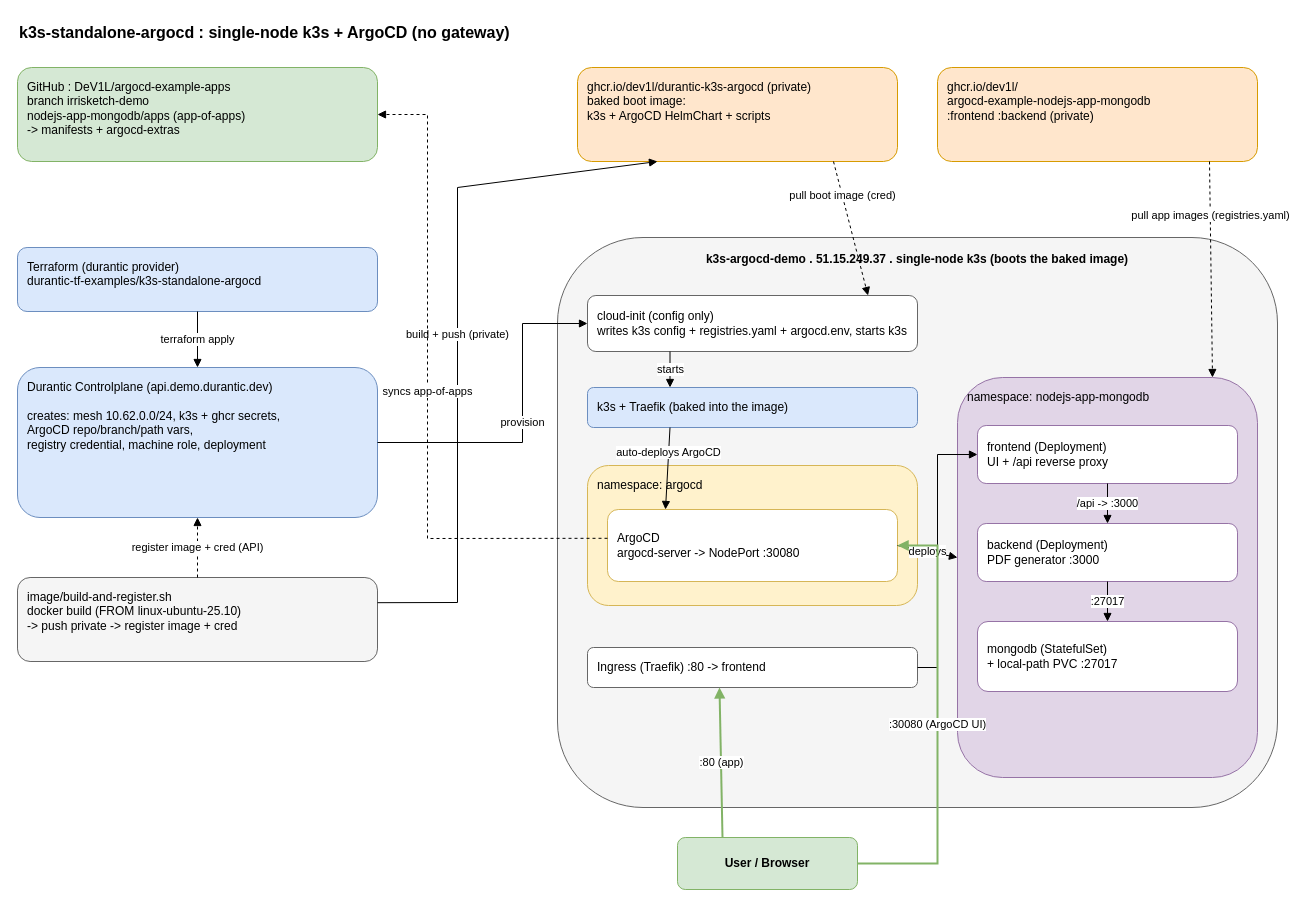
The draw.io diagram k3s-standalone-argocd/k3s-standalone-argocd.drawio in DeV1L/durantic-tf-examples, before the edit. Source tidied: cells renumbered, new cells numbered last; positions are measured from the earlier drawing's top-left corner, leaving out a move shared by most shapes. Both pictures are drawn from the tidied source at 100%, with x=0, y=0 at pixel (17, 17).
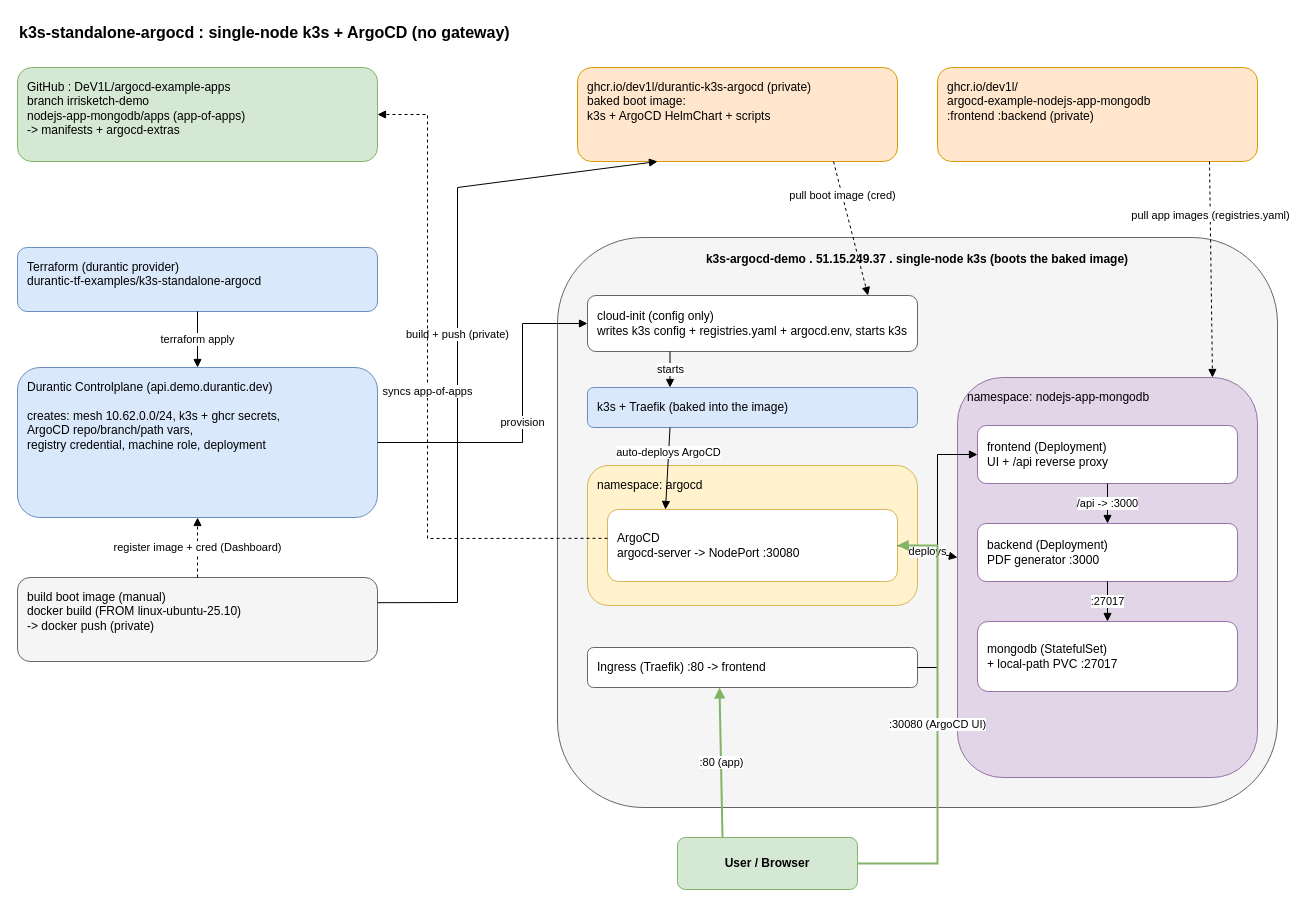
The same diagram, later.

Commit message:
k3s-standalone-argocd: diagram reflects manual build + Dashboard registration

Unchanged cells that the change refers to:
```xml
<mxCell id="7" value="Durantic Controlplane  (api.demo.durantic.dev)&#10;&#10;creates: mesh 10.62.0.0/24, k3s + ghcr secrets,&#10;ArgoCD repo/branch/path vars,&#10;registry credential, machine role, deployment" style="rounded=1;whiteSpace=wrap;html=1;fillColor=#dae8fc;strokeColor=#6c8ebf;align=left;verticalAlign=top;spacingLeft=8;spacingTop=6;" parent="1" vertex="1">
  <mxGeometry y="350" width="360" height="150" as="geometry" />
</mxCell>
```

Change to the diagram source:
```diff
@@
-    <mxCell id="8" value="image/build-and-register.sh&#10;docker build (FROM linux-ubuntu-25.10)&#10;-&gt; push private -&gt; register image + cred" style="rounded=1;whiteSpace=wrap;html=1;fillColor=#f5f5f5;strokeColor=#666666;align=left;verticalAlign=top;spacingLeft=8;spacingTop=6;" parent="1" vertex="1">
+    <mxCell id="8" value="build boot image (manual)&#10;docker build (FROM linux-ubuntu-25.10)&#10;-&gt; docker push (private)" style="rounded=1;whiteSpace=wrap;html=1;fillColor=#f5f5f5;strokeColor=#666666;align=left;verticalAlign=top;spacingLeft=8;spacingTop=6;" parent="1" vertex="1">
       <mxGeometry y="560" width="360" height="84" as="geometry" />
     </mxCell>
@@
-    <mxCell id="21" value="register image + cred (API)" style="endArrow=block;html=1;dashed=1;rounded=0;fontSize=11;exitX=0.5;exitY=0;exitDx=0;exitDy=0;entryX=0.5;entryY=1;entryDx=0;entryDy=0;" parent="1" edge="1" source="8" target="7">
+    <mxCell id="21" value="register image + cred (Dashboard)" style="endArrow=block;html=1;dashed=1;rounded=0;fontSize=11;exitX=0.5;exitY=0;exitDx=0;exitDy=0;entryX=0.5;entryY=1;entryDx=0;entryDy=0;" parent="1" edge="1" source="8" target="7">
       <mxGeometry relative="1" as="geometry" />
     </mxCell>
```
